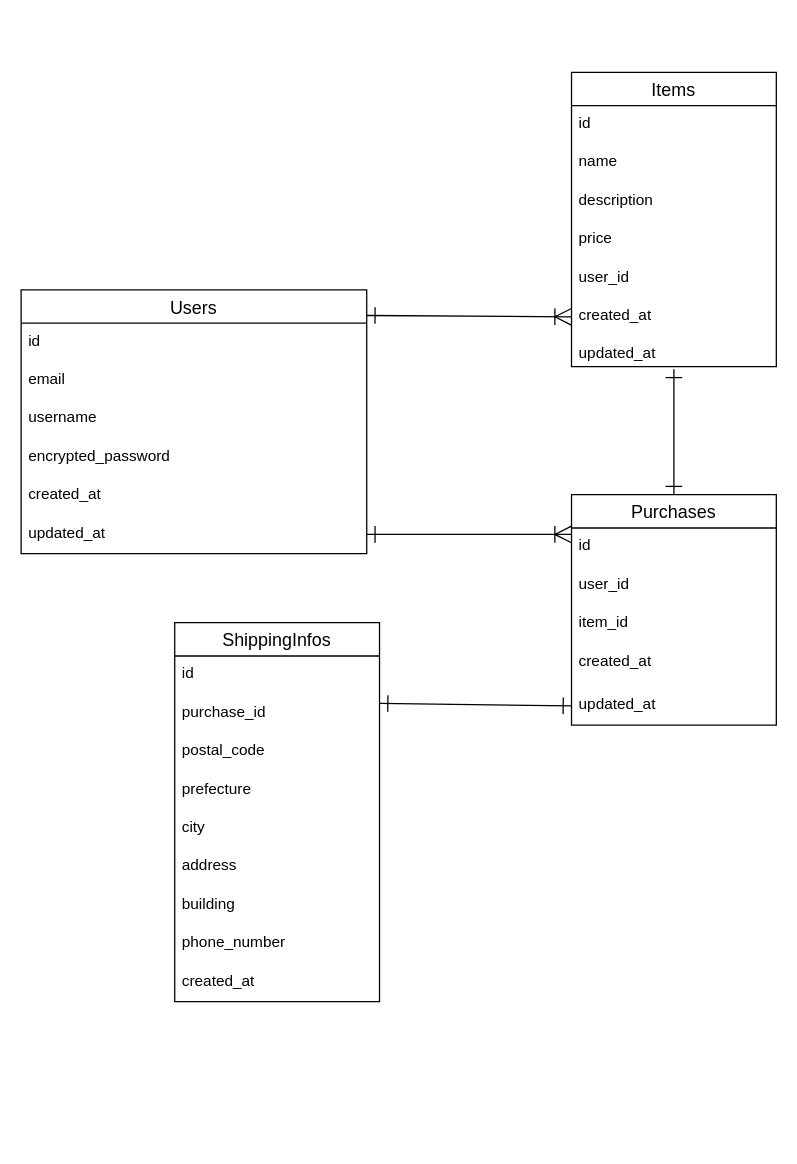
Earlier version of the draw.io diagram test.dio (corgi-rika/furima-40520). Source tidied: cells renumbered, new cells numbered last; positions are measured from the earlier drawing's top-left corner, leaving out a move shared by most shapes. Both pictures are drawn from the tidied source at 128%, with x=0, y=0 at pixel (20, 72).
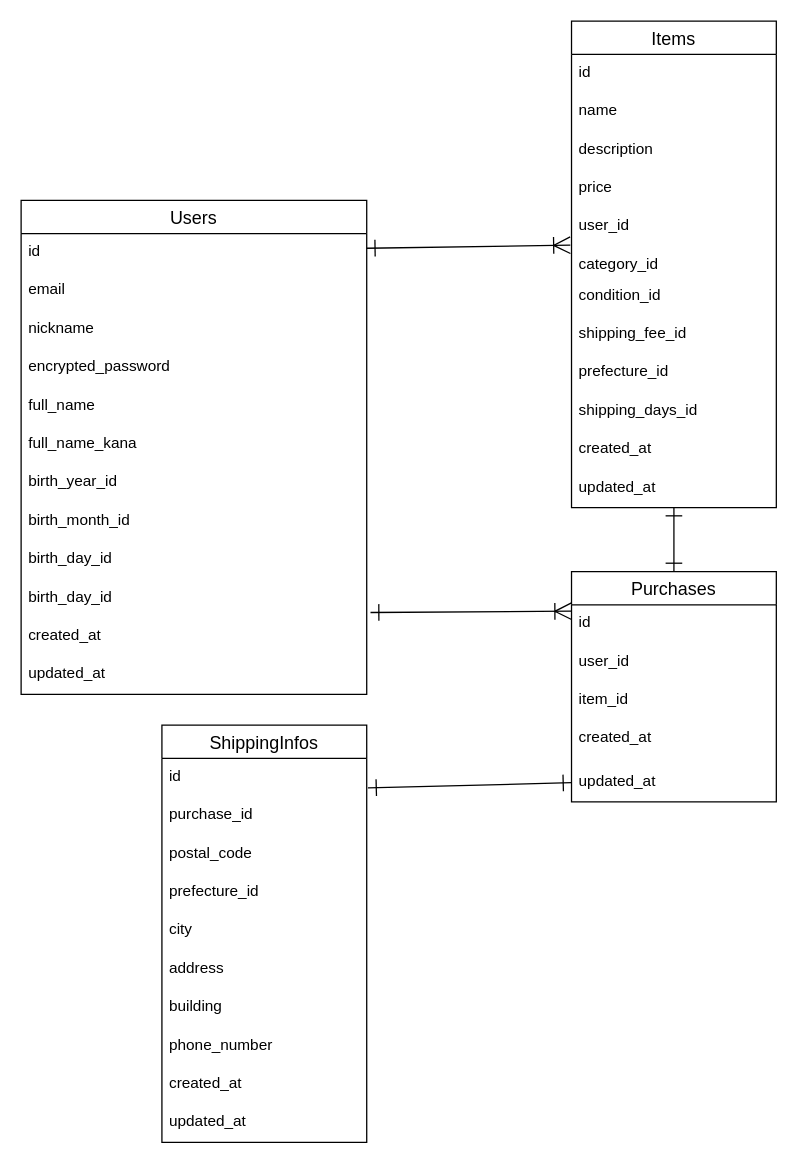
The same page after the edit.

Commit message (it also covers changes not shown here):
データベース設計修正

The change refers to these unchanged cells:
```xml
<mxCell id="14" value="user_id" style="text;strokeColor=none;fillColor=none;spacingLeft=4;spacingRight=4;overflow=hidden;points=[[0,0.5],[1,0.5]];portConstraint=eastwest;fontSize=12;" parent="9" vertex="1">
  <mxGeometry y="146" width="160" height="30" as="geometry" />
</mxCell>
<mxCell id="19" value="id" style="text;strokeColor=none;fillColor=none;spacingLeft=4;spacingRight=4;overflow=hidden;points=[[0,0.5],[1,0.5]];portConstraint=eastwest;fontSize=12;" parent="18" vertex="1">
  <mxGeometry y="26" width="160" height="30" as="geometry" />
</mxCell>
<mxCell id="23" value="updated_at" style="text;strokeColor=none;fillColor=none;spacingLeft=4;spacingRight=4;overflow=hidden;points=[[0,0.5],[1,0.5]];portConstraint=eastwest;fontSize=12;" parent="18" vertex="1">
  <mxGeometry y="150" width="160" height="30" as="geometry" />
</mxCell>
<mxCell id="25" value="id" style="text;strokeColor=none;fillColor=none;spacingLeft=4;spacingRight=4;overflow=hidden;points=[[0,0.5],[1,0.5]];portConstraint=eastwest;fontSize=12;" parent="24" vertex="1">
  <mxGeometry y="26" width="160" height="30" as="geometry" />
</mxCell>
<mxCell id="26" value="purchase_id" style="text;strokeColor=none;fillColor=none;spacingLeft=4;spacingRight=4;overflow=hidden;points=[[0,0.5],[1,0.5]];portConstraint=eastwest;fontSize=12;" parent="24" vertex="1">
  <mxGeometry y="56" width="160" height="30" as="geometry" />
</mxCell>
```

What changed in the source:
```diff
@@
     <mxCell id="2" value="Users" style="swimlane;fontStyle=0;horizontal=1;startSize=26;align=center;fontSize=14;" parent="1" vertex="1">
-      <mxGeometry y="170" width="270" height="206" as="geometry" />
+      <mxGeometry y="100" width="270" height="386" as="geometry" />
     </mxCell>
@@
-    <mxCell id="5" value="username" style="text;strokeColor=none;fillColor=none;spacingLeft=4;spacingRight=4;overflow=hidden;fontSize=12;" parent="2" vertex="1">
+    <mxCell id="5" value="nickname" style="text;strokeColor=none;fillColor=none;spacingLeft=4;spacingRight=4;overflow=hidden;fontSize=12;" parent="2" vertex="1">
       <mxGeometry y="86" width="270" height="30" as="geometry" />
     </mxCell>
@@
-    <mxCell id="7" value="created_at" style="text;strokeColor=none;fillColor=none;spacingLeft=4;spacingRight=4;overflow=hidden;fontSize=12;" parent="2" vertex="1">
+    <mxCell id="7" value="full_name" style="text;strokeColor=none;fillColor=none;spacingLeft=4;spacingRight=4;overflow=hidden;fontSize=12;" parent="2" vertex="1">
       <mxGeometry y="146" width="270" height="30" as="geometry" />
     </mxCell>
-    <mxCell id="8" value="updated_at" style="text;strokeColor=none;fillColor=none;spacingLeft=4;spacingRight=4;overflow=hidden;points=[[0,0.5],[1,0.5]];portConstraint=eastwest;fontSize=12;" parent="2" vertex="1">
+    <mxCell id="8" value="full_name_kana" style="text;strokeColor=none;fillColor=none;spacingLeft=4;spacingRight=4;overflow=hidden;points=[[0,0.5],[1,0.5]];portConstraint=eastwest;fontSize=12;" parent="2" vertex="1">
       <mxGeometry y="176" width="270" height="30" as="geometry" />
     </mxCell>
+    <mxCell id="37" value="birth_year_id" style="text;strokeColor=none;fillColor=none;spacingLeft=4;spacingRight=4;overflow=hidden;fontSize=12;" parent="2" vertex="1">
+      <mxGeometry y="206" width="270" height="30" as="geometry" />
+    </mxCell>
+    <mxCell id="38" value="birth_month_id" style="text;strokeColor=none;fillColor=none;spacingLeft=4;spacingRight=4;overflow=hidden;fontSize=12;" parent="2" vertex="1">
+      <mxGeometry y="236" width="270" height="30" as="geometry" />
+    </mxCell>
+    <mxCell id="39" value="birth_day_id" style="text;strokeColor=none;fillColor=none;spacingLeft=4;spacingRight=4;overflow=hidden;fontSize=12;" parent="2" vertex="1">
+      <mxGeometry y="266" width="270" height="30" as="geometry" />
+    </mxCell>
+    <mxCell id="40" value="birth_day_id" style="text;strokeColor=none;fillColor=none;spacingLeft=4;spacingRight=4;overflow=hidden;fontSize=12;" parent="2" vertex="1">
+      <mxGeometry y="296" width="270" height="30" as="geometry" />
+    </mxCell>
+    <mxCell id="41" value="created_at" style="text;strokeColor=none;fillColor=none;spacingLeft=4;spacingRight=4;overflow=hidden;points=[[0,0.5],[1,0.5]];portConstraint=eastwest;fontSize=12;" parent="2" vertex="1">
+      <mxGeometry y="326" width="270" height="30" as="geometry" />
+    </mxCell>
+    <mxCell id="42" value="updated_at" style="text;strokeColor=none;fillColor=none;spacingLeft=4;spacingRight=4;overflow=hidden;fontSize=12;" parent="2" vertex="1">
+      <mxGeometry y="356" width="270" height="30" as="geometry" />
+    </mxCell>
     <mxCell id="9" value="Items" style="swimlane;fontStyle=0;horizontal=1;startSize=26;align=center;fontSize=14;" parent="1" vertex="1">
-      <mxGeometry x="430" width="160" height="230" as="geometry" />
+      <mxGeometry x="430" y="-40" width="160" height="380" as="geometry" />
     </mxCell>
@@
-    <mxCell id="15" value="created_at" style="text;strokeColor=none;fillColor=none;spacingLeft=4;spacingRight=4;overflow=hidden;points=[[0,0.5],[1,0.5]];portConstraint=eastwest;fontSize=12;" parent="9" vertex="1">
-      <mxGeometry y="176" width="160" height="30" as="geometry" />
-    </mxCell>
-    <mxCell id="16" value="updated_at" style="text;strokeColor=none;fillColor=none;spacingLeft=4;spacingRight=4;overflow=hidden;points=[[0,0.5],[1,0.5]];portConstraint=eastwest;fontSize=12;" parent="9" vertex="1">
-      <mxGeometry y="206" width="160" height="24" as="geometry" />
+    <mxCell id="16" value="category_id" style="text;strokeColor=none;fillColor=none;spacingLeft=4;spacingRight=4;overflow=hidden;points=[[0,0.5],[1,0.5]];portConstraint=eastwest;fontSize=12;" parent="9" vertex="1">
+      <mxGeometry y="176" width="160" height="24" as="geometry" />
     </mxCell>
+    <mxCell id="43" value="condition_id" style="text;strokeColor=none;fillColor=none;spacingLeft=4;spacingRight=4;overflow=hidden;fontSize=12;" parent="9" vertex="1">
+      <mxGeometry y="200" width="160" height="30" as="geometry" />
+    </mxCell>
+    <mxCell id="44" value="shipping_fee_id" style="text;strokeColor=none;fillColor=none;spacingLeft=4;spacingRight=4;overflow=hidden;fontSize=12;" parent="9" vertex="1">
+      <mxGeometry y="230" width="160" height="30" as="geometry" />
+    </mxCell>
+    <mxCell id="45" value="prefecture_id" style="text;strokeColor=none;fillColor=none;spacingLeft=4;spacingRight=4;overflow=hidden;fontSize=12;" parent="9" vertex="1">
+      <mxGeometry y="260" width="160" height="30" as="geometry" />
+    </mxCell>
+    <mxCell id="46" value="shipping_days_id" style="text;strokeColor=none;fillColor=none;spacingLeft=4;spacingRight=4;overflow=hidden;fontSize=12;" parent="9" vertex="1">
+      <mxGeometry y="290" width="160" height="30" as="geometry" />
+    </mxCell>
+    <mxCell id="47" value="created_at" style="text;strokeColor=none;fillColor=none;spacingLeft=4;spacingRight=4;overflow=hidden;fontSize=12;" parent="9" vertex="1">
+      <mxGeometry y="320" width="160" height="30" as="geometry" />
+    </mxCell>
+    <mxCell id="48" value="updated_at" style="text;strokeColor=none;fillColor=none;spacingLeft=4;spacingRight=4;overflow=hidden;fontSize=12;" parent="9" vertex="1">
+      <mxGeometry y="350" width="160" height="30" as="geometry" />
+    </mxCell>
-    <mxCell id="17" style="edgeStyle=none;html=1;exitX=0.5;exitY=0;exitDx=0;exitDy=0;entryX=0.5;entryY=1.083;entryDx=0;entryDy=0;entryPerimeter=0;startArrow=ERone;startFill=0;endArrow=ERone;endFill=0;startSize=11;endSize=11;" parent="1" edge="1" source="18" target="16">
-      <mxGeometry relative="1" as="geometry" />
+    <mxCell id="17" style="edgeStyle=none;html=1;exitX=0.5;exitY=0;exitDx=0;exitDy=0;startArrow=ERone;startFill=0;endArrow=ERone;endFill=0;startSize=11;endSize=11;" parent="1" edge="1" source="18">
+      <mxGeometry relative="1" as="geometry">
+        <mxPoint x="510" y="340" as="targetPoint" />
+      </mxGeometry>
     </mxCell>
     <mxCell id="18" value="Purchases" style="swimlane;fontStyle=0;horizontal=1;startSize=26;align=center;fontSize=14;" parent="1" vertex="1">
-      <mxGeometry x="430" y="330" width="160" height="180" as="geometry" />
+      <mxGeometry x="430" y="390" width="160" height="180" as="geometry" />
     </mxCell>
@@
     <mxCell id="24" value="ShippingInfos" style="swimlane;fontStyle=0;horizontal=1;startSize=26;align=center;fontSize=14;" parent="1" vertex="1">
-      <mxGeometry x="120" y="430" width="160" height="296" as="geometry" />
+      <mxGeometry x="110" y="510" width="160" height="326" as="geometry" />
     </mxCell>
@@
-    <mxCell id="28" value="prefecture" style="text;strokeColor=none;fillColor=none;spacingLeft=4;spacingRight=4;overflow=hidden;fontSize=12;" parent="24" vertex="1">
+    <mxCell id="28" value="prefecture_id" style="text;strokeColor=none;fillColor=none;spacingLeft=4;spacingRight=4;overflow=hidden;fontSize=12;" parent="24" vertex="1">
       <mxGeometry y="116" width="160" height="30" as="geometry" />
     </mxCell>
@@
+    <mxCell id="49" value="updated_at" style="text;strokeColor=none;fillColor=none;spacingLeft=4;spacingRight=4;overflow=hidden;fontSize=12;" parent="24" vertex="1">
+      <mxGeometry y="296" width="160" height="30" as="geometry" />
+    </mxCell>
-    <mxCell id="34" style="edgeStyle=none;html=1;exitX=0;exitY=0.5;exitDx=0;exitDy=0;startArrow=ERoneToMany;startFill=0;endArrow=ERone;endFill=0;startSize=11;endSize=11;entryX=1;entryY=0.097;entryDx=0;entryDy=0;entryPerimeter=0;" parent="1" edge="1" source="15" target="2">
+    <mxCell id="34" style="edgeStyle=none;html=1;exitX=-0.006;exitY=0.967;exitDx=0;exitDy=0;startArrow=ERoneToMany;startFill=0;endArrow=ERone;endFill=0;startSize=11;endSize=11;entryX=1;entryY=0.097;entryDx=0;entryDy=0;entryPerimeter=0;exitPerimeter=0;" parent="1" edge="1" source="14" target="2">
       <mxGeometry relative="1" as="geometry" />
     </mxCell>
-    <mxCell id="35" style="edgeStyle=none;html=1;entryX=0;entryY=0.167;entryDx=0;entryDy=0;entryPerimeter=0;startArrow=ERone;startFill=0;endArrow=ERoneToMany;endFill=0;startSize=11;endSize=11;" parent="1" edge="1" source="8" target="19">
+    <mxCell id="35" style="edgeStyle=none;html=1;entryX=0;entryY=0.167;entryDx=0;entryDy=0;entryPerimeter=0;startArrow=ERone;startFill=0;endArrow=ERoneToMany;endFill=0;startSize=11;endSize=11;exitX=1.011;exitY=-0.133;exitDx=0;exitDy=0;exitPerimeter=0;" parent="1" edge="1" source="41" target="19">
       <mxGeometry relative="1" as="geometry" />
     </mxCell>
-    <mxCell id="36" style="edgeStyle=none;html=1;exitX=0;exitY=0.5;exitDx=0;exitDy=0;entryX=1;entryY=0.233;entryDx=0;entryDy=0;entryPerimeter=0;startArrow=ERone;startFill=0;endArrow=ERone;endFill=0;startSize=11;endSize=11;" parent="1" edge="1" source="23" target="26">
+    <mxCell id="36" style="edgeStyle=none;html=1;exitX=0;exitY=0.5;exitDx=0;exitDy=0;entryX=1.006;entryY=0.767;entryDx=0;entryDy=0;entryPerimeter=0;startArrow=ERone;startFill=0;endArrow=ERone;endFill=0;startSize=11;endSize=11;" parent="1" edge="1" source="23" target="25">
       <mxGeometry relative="1" as="geometry" />
     </mxCell>
```
